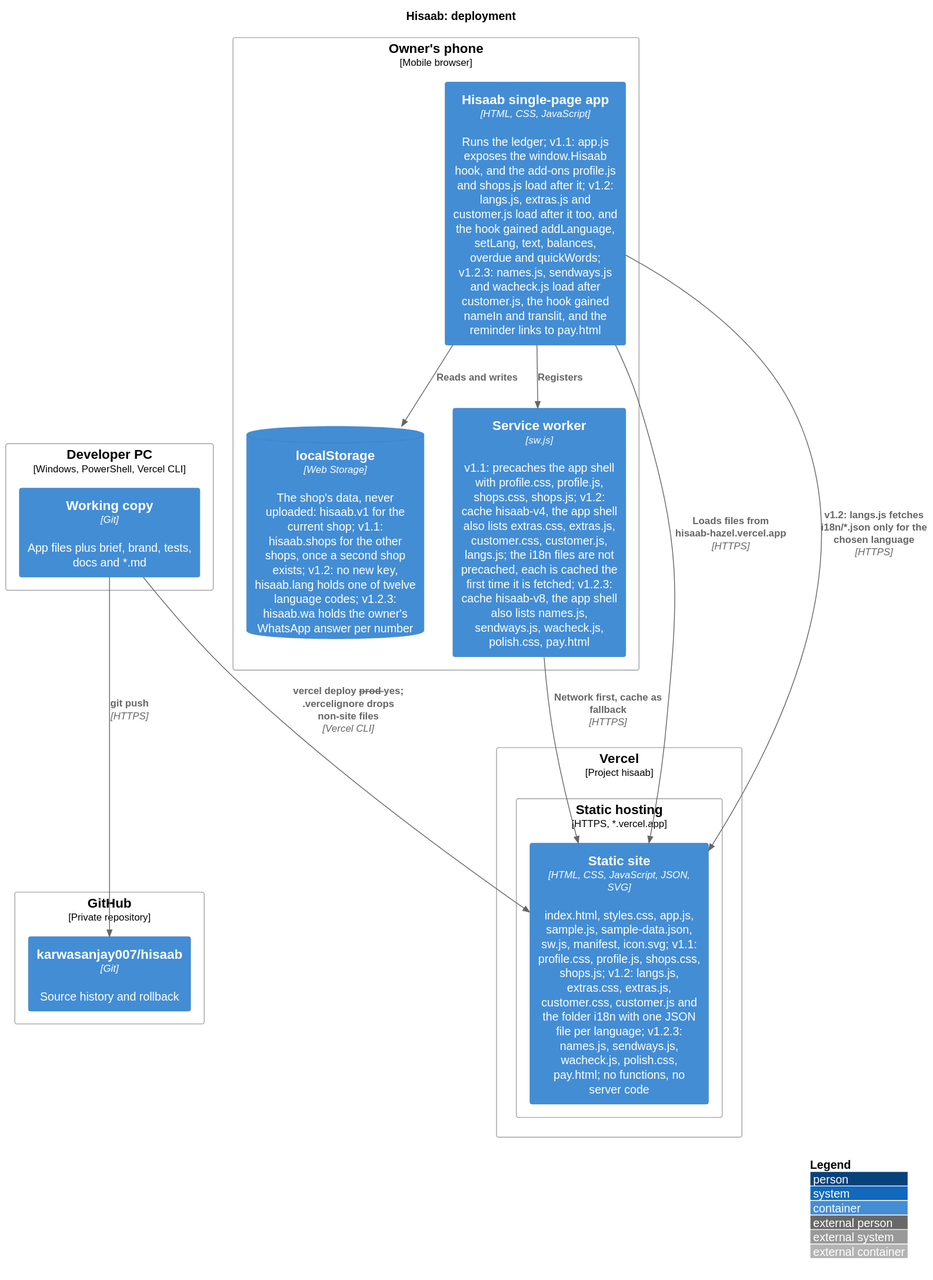
Before: docs/diagrams/deployment.svg, a diagram exported from PlantUML (karwasanjay007/hisaab-docs).
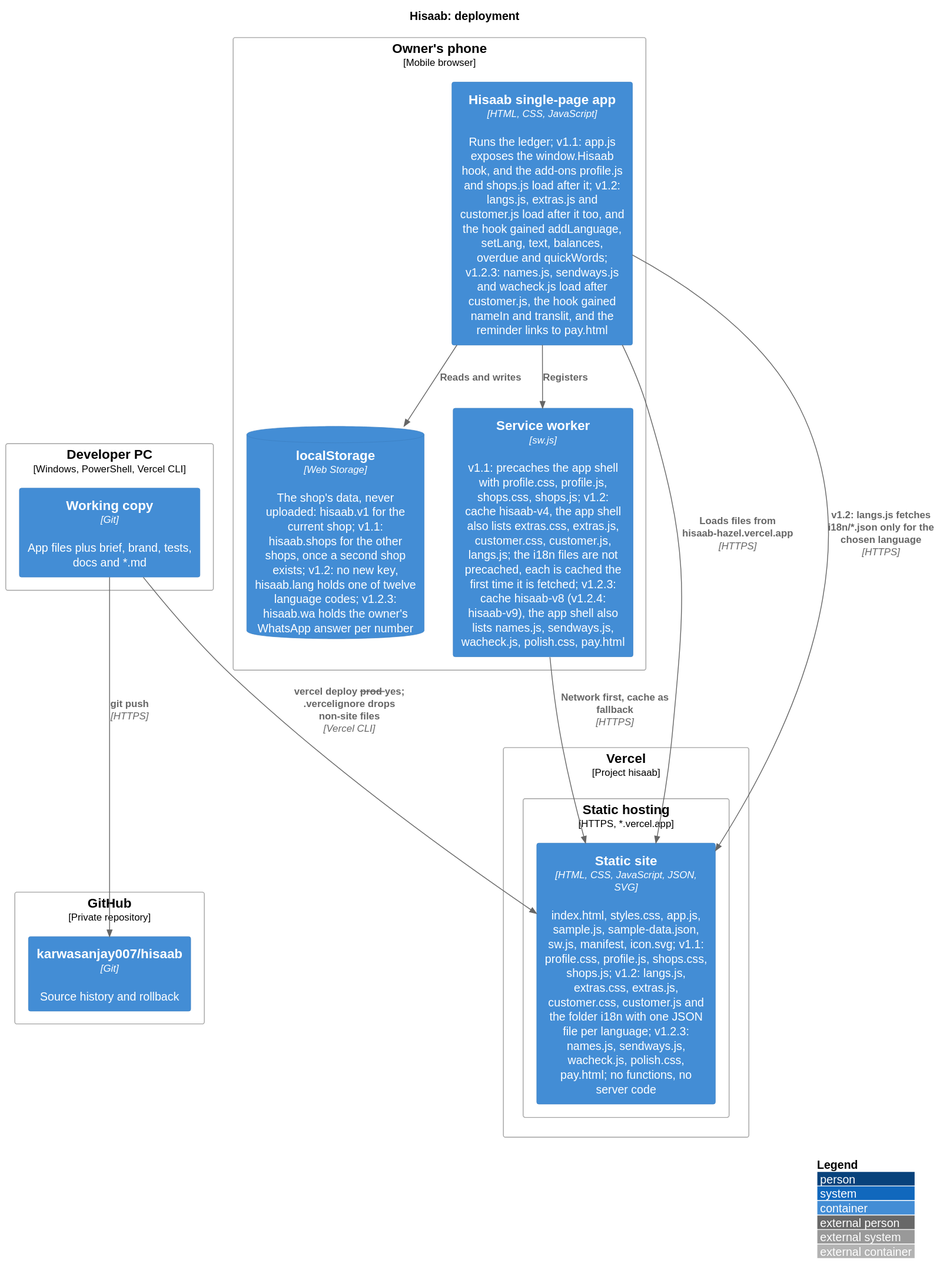
After the change.

Change to the diagram source:
```diff
@@ -16,7 +16,7 @@
 Deployment_Node(phone, "Owner's phone", "Mobile browser") {
   Container(app, "Hisaab single-page app", "HTML, CSS, JavaScript", "Runs the ledger; v1.1: app.js exposes the window.Hisaab hook, and the add-ons profile.js and shops.js load after it; v1.2: langs.js, extras.js and customer.js load after it too, and the hook gained addLanguage, setLang, text, balances, overdue and quickWords; v1.2.3: names.js, sendways.js and wacheck.js load after customer.js, the hook gained nameIn and translit, and the reminder links to pay.html")
   ContainerDb(store, "localStorage", "Web Storage", "The shop's data, never uploaded: hisaab.v1 for the current shop; v1.1: hisaab.shops for the other shops, once a second shop exists; v1.2: no new key, hisaab.lang holds one of twelve language codes; v1.2.3: hisaab.wa holds the owner's WhatsApp answer per number")
-  Container(swk, "Service worker", "sw.js", "v1.1: precaches the app shell with profile.css, profile.js, shops.css, shops.js; v1.2: cache hisaab-v4, the app shell also lists extras.css, extras.js, customer.css, customer.js, langs.js; the i18n files are not precached, each is cached the first time it is fetched; v1.2.3: cache hisaab-v8, the app shell also lists names.js, sendways.js, wacheck.js, polish.css, pay.html")
+  Container(swk, "Service worker", "sw.js", "v1.1: precaches the app shell with profile.css, profile.js, shops.css, shops.js; v1.2: cache hisaab-v4, the app shell also lists extras.css, extras.js, customer.css, customer.js, langs.js; the i18n files are not precached, each is cached the first time it is fetched; v1.2.3: cache hisaab-v8 (v1.2.4: hisaab-v9), the app shell also lists names.js, sendways.js, wacheck.js, polish.css, pay.html")
 }
 
 Rel(src, repo, "git push", "HTTPS")
```
